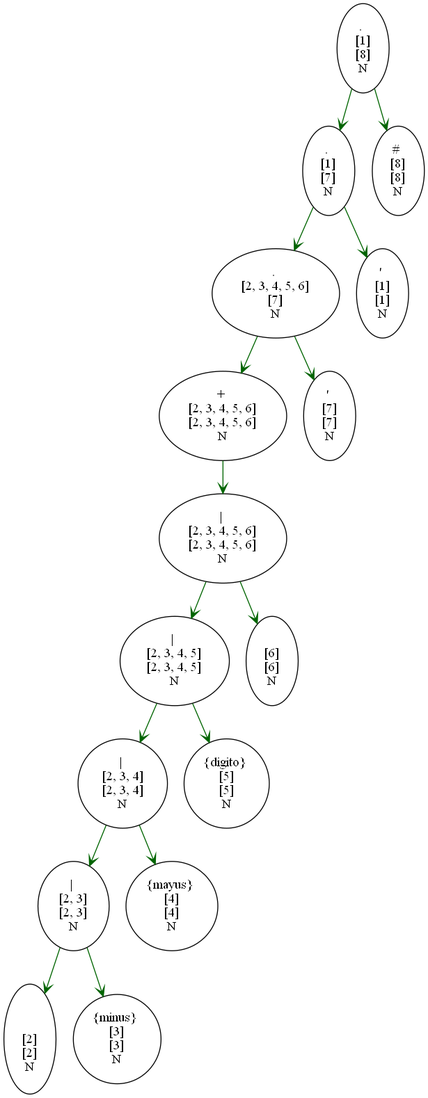
Before: reportes/Arbol_202002591/Arbol2.png, a diagram exported from Graphviz (SeZamora/202002591_PY1_OLC1). Its source is kept beside it as reportes/Arbol_202002591/Arbol2.dot. Its diagram source:
```dot
digraph G {
 layout=dot
labelloc = "t"edge [weigth=1000  color=darkgreen  arrowtail="open" arrowhead="open"]
Nodo333061765 -> Nodo182352615;
Nodo333061765 -> Nodo1273323197;
Nodo739678718 -> Nodo333061765;
Nodo739678718 -> Nodo1870365903;
Nodo369869445 -> Nodo739678718;
Nodo369869445 -> Nodo2012898895;
Nodo1874577447 -> Nodo369869445;
Nodo1874577447 -> Nodo1549100259;
Nodo335710726 -> Nodo1874577447;
Nodo820924119 -> Nodo335710726;
Nodo820924119 -> Nodo27611677;
Nodo1990220982 -> Nodo1987230430;
Nodo1990220982 -> Nodo820924119;
Nodo875088433 -> Nodo1990220982;
Nodo875088433 -> Nodo523649811;
Nodo1987230430[label="\'
 [1]
 [1]
 N "];
Nodo182352615[label="\n
 [2]
 [2]
 N "];
Nodo1273323197[label="{minus}
 [3]
 [3]
 N "];
Nodo333061765[label="|
 [2, 3]
 [2, 3]
 N "];
Nodo1870365903[label="{mayus}
 [4]
 [4]
 N "];
Nodo739678718[label="|
 [2, 3, 4]
 [2, 3, 4]
 N "];
Nodo2012898895[label="{digito}
 [5]
 [5]
 N "];
Nodo369869445[label="|
 [2, 3, 4, 5]
 [2, 3, 4, 5]
 N "];
Nodo1549100259[label="
 [6]
 [6]
 N "];
Nodo1874577447[label="|
 [2, 3, 4, 5, 6]
 [2, 3, 4, 5, 6]
 N "];
Nodo335710726[label="+
 [2, 3, 4, 5, 6]
 [2, 3, 4, 5, 6]
 N "];
Nodo27611677[label="\'
 [7]
 [7]
 N "];
Nodo820924119[label=".
 [2, 3, 4, 5, 6]
 [7]
 N "];
Nodo1990220982[label=".
 [1]
 [7]
 N "];
Nodo523649811[label="#
 [8]
 [8]
 N "];
Nodo875088433[label=".
 [1]
 [8]
 N "];
}
```
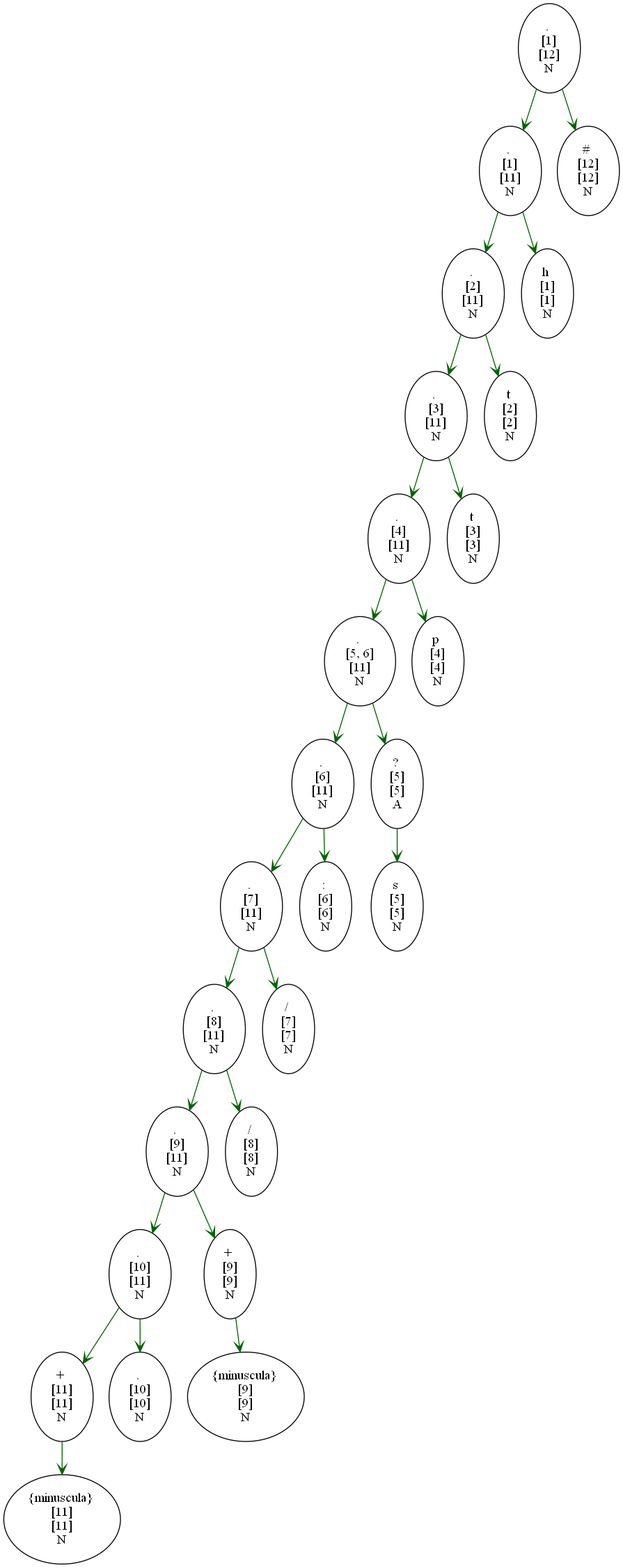
Later version of the same file.

What changed in the source:
```diff
@@ -1,83 +1,133 @@
 digraph G {
  layout=dot
 labelloc = "t"edge [weigth=1000  color=darkgreen  arrowtail="open" arrowhead="open"]
+Nodo1551649647 -> Nodo1780515085;
+Nodo1999200961 -> Nodo274726181;
+Nodo1999200961 -> Nodo1551649647;
+Nodo784792434 -> Nodo1082146638;
+Nodo2080596725 -> Nodo784792434;
+Nodo2080596725 -> Nodo1999200961;
 Nodo333061765 -> Nodo182352615;
-Nodo333061765 -> Nodo1273323197;
-Nodo739678718 -> Nodo333061765;
-Nodo739678718 -> Nodo1870365903;
-Nodo369869445 -> Nodo739678718;
-Nodo369869445 -> Nodo2012898895;
-Nodo1874577447 -> Nodo369869445;
-Nodo1874577447 -> Nodo1549100259;
-Nodo335710726 -> Nodo1874577447;
-Nodo820924119 -> Nodo335710726;
-Nodo820924119 -> Nodo27611677;
-Nodo1990220982 -> Nodo1987230430;
-Nodo1990220982 -> Nodo820924119;
-Nodo875088433 -> Nodo1990220982;
-Nodo875088433 -> Nodo523649811;
-Nodo1987230430[label="\'
+Nodo333061765 -> Nodo2080596725;
+Nodo1273323197 -> Nodo739678718;
+Nodo1273323197 -> Nodo333061765;
+Nodo1870365903 -> Nodo369869445;
+Nodo1870365903 -> Nodo1273323197;
+Nodo2012898895 -> Nodo1874577447;
+Nodo1549100259 -> Nodo2012898895;
+Nodo1549100259 -> Nodo1870365903;
+Nodo335710726 -> Nodo820924119;
+Nodo335710726 -> Nodo1549100259;
+Nodo27611677 -> Nodo1990220982;
+Nodo27611677 -> Nodo335710726;
+Nodo1987230430 -> Nodo875088433;
+Nodo1987230430 -> Nodo27611677;
+Nodo523649811 -> Nodo1795680687;
+Nodo523649811 -> Nodo1987230430;
+Nodo146803291 -> Nodo523649811;
+Nodo146803291 -> Nodo2060136496;
+Nodo1795680687[label="h
  [1]
  [1]
  N "];
-Nodo182352615[label="\n
+Nodo875088433[label="t
  [2]
  [2]
  N "];
-Nodo1273323197[label="{minus}
+Nodo1990220982[label="t
  [3]
  [3]
  N "];
-Nodo333061765[label="|
- [2, 3]
- [2, 3]
- N "];
-Nodo1870365903[label="{mayus}
+Nodo820924119[label="p
  [4]
  [4]
  N "];
-Nodo739678718[label="|
- [2, 3, 4]
- [2, 3, 4]
- N "];
-Nodo2012898895[label="{digito}
+Nodo1874577447[label="s
  [5]
  [5]
  N "];
-Nodo369869445[label="|
- [2, 3, 4, 5]
- [2, 3, 4, 5]
- N "];
-Nodo1549100259[label="
+Nodo2012898895[label="?
+ [5]
+ [5]
+ A "];
+Nodo369869445[label=":
  [6]
  [6]
  N "];
-Nodo1874577447[label="|
- [2, 3, 4, 5, 6]
- [2, 3, 4, 5, 6]
- N "];
-Nodo335710726[label="+
- [2, 3, 4, 5, 6]
- [2, 3, 4, 5, 6]
- N "];
-Nodo27611677[label="\'
+Nodo739678718[label="/
  [7]
  [7]
  N "];
-Nodo820924119[label=".
- [2, 3, 4, 5, 6]
- [7]
- N "];
-Nodo1990220982[label=".
- [1]
- [7]
- N "];
-Nodo523649811[label="#
+Nodo182352615[label="/
  [8]
  [8]
  N "];
-Nodo875088433[label=".
+Nodo1082146638[label="{minuscula}
+ [9]
+ [9]
+ N "];
+Nodo784792434[label="+
+ [9]
+ [9]
+ N "];
+Nodo274726181[label=".
+ [10]
+ [10]
+ N "];
+Nodo1780515085[label="{minuscula}
+ [11]
+ [11]
+ N "];
+Nodo1551649647[label="+
+ [11]
+ [11]
+ N "];
+Nodo1999200961[label=".
+ [10]
+ [11]
+ N "];
+Nodo2080596725[label=".
+ [9]
+ [11]
+ N "];
+Nodo333061765[label=".
+ [8]
+ [11]
+ N "];
+Nodo1273323197[label=".
+ [7]
+ [11]
+ N "];
+Nodo1870365903[label=".
+ [6]
+ [11]
+ N "];
+Nodo1549100259[label=".
+ [5, 6]
+ [11]
+ N "];
+Nodo335710726[label=".
+ [4]
+ [11]
+ N "];
+Nodo27611677[label=".
+ [3]
+ [11]
+ N "];
+Nodo1987230430[label=".
+ [2]
+ [11]
+ N "];
+Nodo523649811[label=".
  [1]
- [8]
+ [11]
+ N "];
+Nodo2060136496[label="#
+ [12]
+ [12]
+ N "];
+Nodo146803291[label=".
+ [1]
+ [12]
  N "];
 }
```
